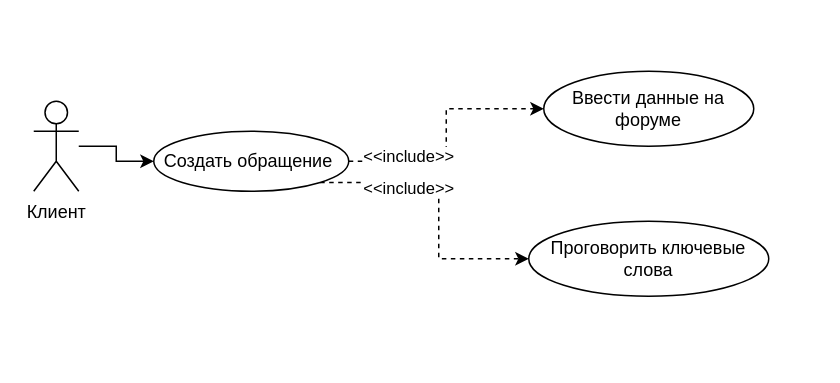
Earlier version of the draw.io diagram page "Страница 1" (1 of 2) of Диаграмма use-case.drawio (Barashek-1507/DandA). Source tidied: cells renumbered, new cells numbered last; positions are measured from the earlier drawing's top-left corner, leaving out a move shared by most shapes. Both pictures are drawn from the tidied source at 150%, with x=0, y=0 at pixel (33, 70).
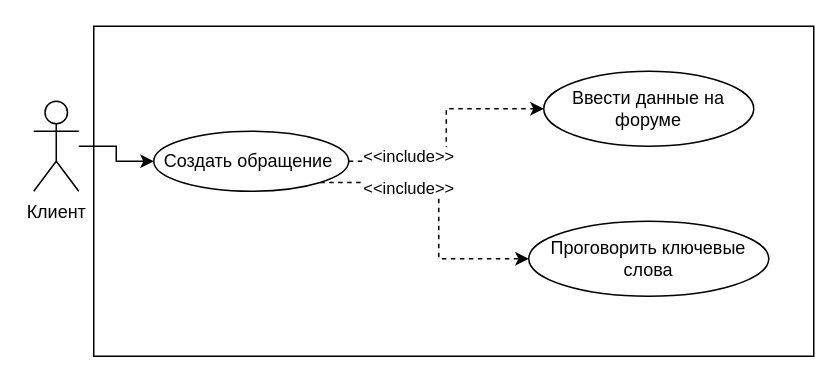
Above is the later version.

The edit, as a diff of the source:
```diff
@@
 <mxGraphModel>
   <root>
     <mxCell id="0" />
     <mxCell id="1" parent="0" />
+    <mxCell id="11" style="rounded=0;whiteSpace=wrap;html=1;" parent="1" vertex="1">
+      <mxGeometry x="40" y="-30" width="480" height="220" as="geometry" />
+    </mxCell>
     <mxCell id="2" style="edgeStyle=orthogonalEdgeStyle;rounded=0;jettySize=auto;html=1;" parent="1" edge="1" source="3" target="8">
       <mxGeometry relative="1" as="geometry" />
     </mxCell>
     <mxCell id="3" value="Клиент" style="shape=umlActor;verticalLabelPosition=bottom;verticalAlign=top;html=1;outlineConnect=0;" parent="1" vertex="1">
       <mxGeometry y="20" width="30" height="60" as="geometry" />
     </mxCell>
     <mxCell id="4" style="edgeStyle=orthogonalEdgeStyle;rounded=0;jettySize=auto;html=1;dashed=1;" parent="1" edge="1" source="8" target="9">
       <mxGeometry relative="1" as="geometry" />
     </mxCell>
     <mxCell id="5" value="&amp;lt;&amp;lt;include&amp;gt;&amp;gt;" style="edgeLabel;html=1;align=center;verticalAlign=middle;" parent="4" vertex="1">
       <mxGeometry x="-0.53" y="4" relative="1" as="geometry" />
     </mxCell>
     <mxCell id="6" style="edgeStyle=orthogonalEdgeStyle;rounded=0;jettySize=auto;html=1;exitX=1;exitY=1;exitDx=0;exitDy=0;entryX=0;entryY=0.5;entryDx=0;entryDy=0;dashed=1;" parent="1" edge="1" source="8" target="10">
       <mxGeometry relative="1" as="geometry" />
     </mxCell>
     <mxCell id="7" value="&amp;lt;&amp;lt;include&amp;gt;&amp;gt;" style="edgeLabel;html=1;align=center;verticalAlign=middle;" parent="6" vertex="1">
       <mxGeometry x="-0.38" y="-3" relative="1" as="geometry" />
     </mxCell>
     <mxCell id="8" value="Создать обращение&amp;nbsp;" style="ellipse;whiteSpace=wrap;html=1;" parent="1" vertex="1">
       <mxGeometry x="80" y="40" width="130" height="40" as="geometry" />
     </mxCell>
     <mxCell id="9" value="Ввести данные на форуме" style="ellipse;whiteSpace=wrap;html=1;" parent="1" vertex="1">
       <mxGeometry x="340" width="140" height="50" as="geometry" />
     </mxCell>
     <mxCell id="10" value="Проговорить ключевые слова" style="ellipse;whiteSpace=wrap;html=1;" parent="1" vertex="1">
       <mxGeometry x="330" y="100" width="160" height="50" as="geometry" />
     </mxCell>
   </root>
 </mxGraphModel>
```
